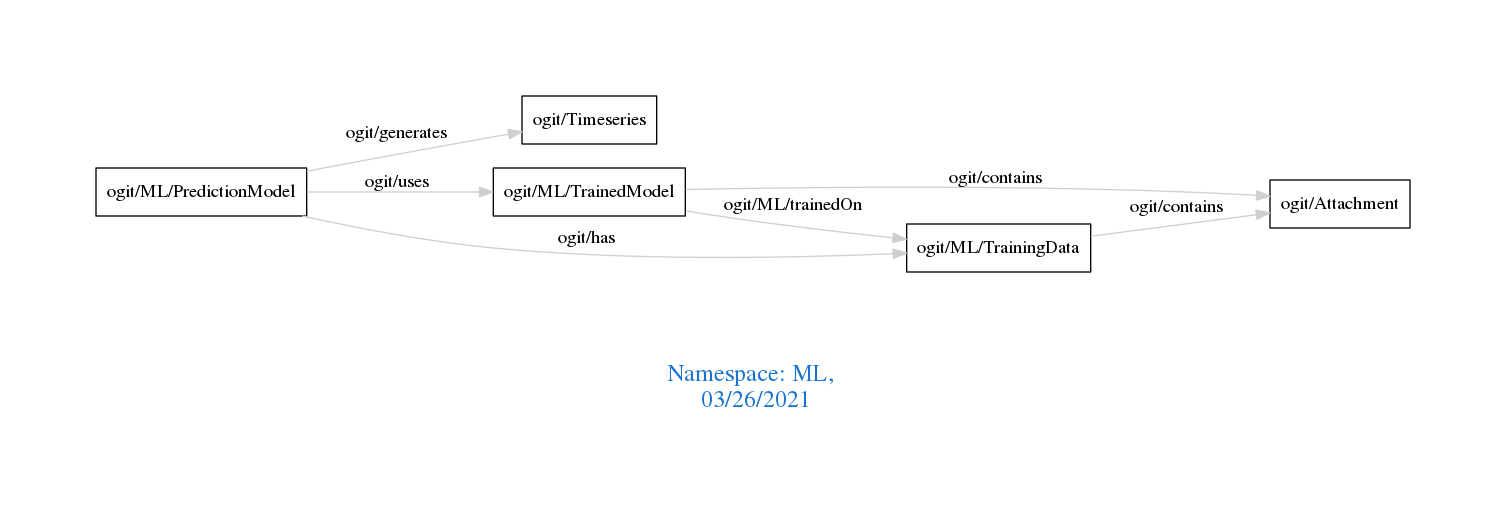
Above: downloads/ML.png in arago/OGIT (Graphviz), before the change. Its source is kept beside it as downloads/ML.dot.
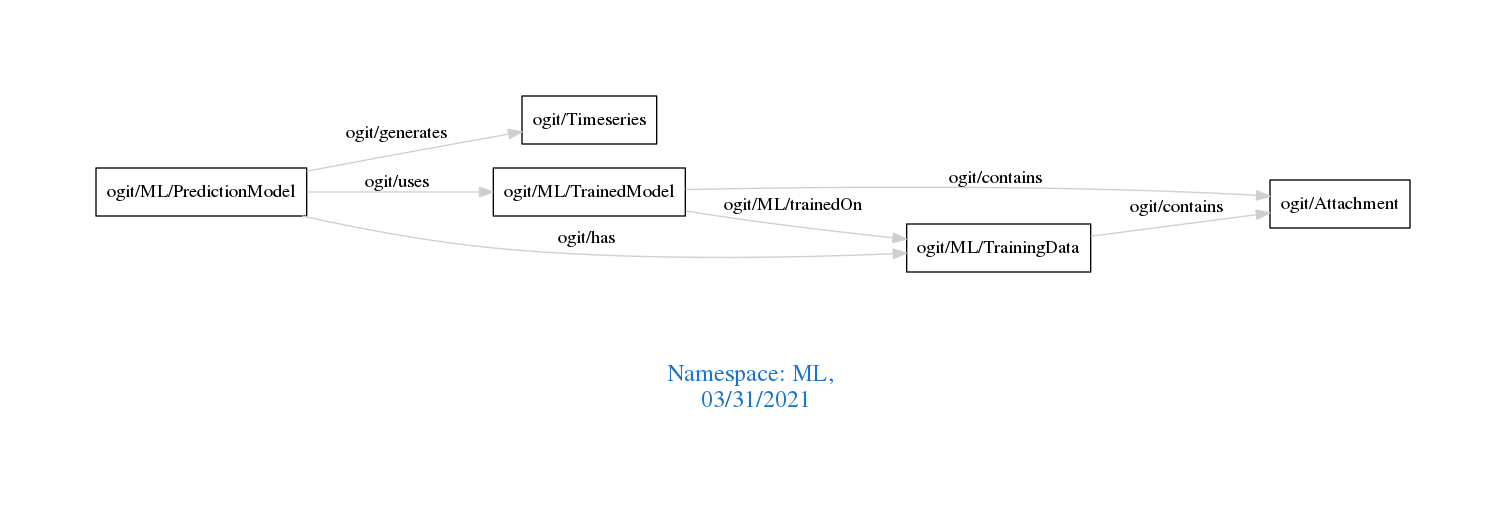
After the commit.

Diff of the diagram source:
```diff
@@ -1,7 +1,7 @@
 digraph OGIT_ontology {
  graph [ rankdir= LR,pad=1
 fontsize = 18,
-fontcolor= dodgerblue3,label = "\n\n\nNamespace: ML, \n 03/26/2021"];
+fontcolor= dodgerblue3,label = "\n\n\nNamespace: ML, \n 03/31/2021"];
 node[shape=polygon];
 edge [  color="gray81"];
 
```
